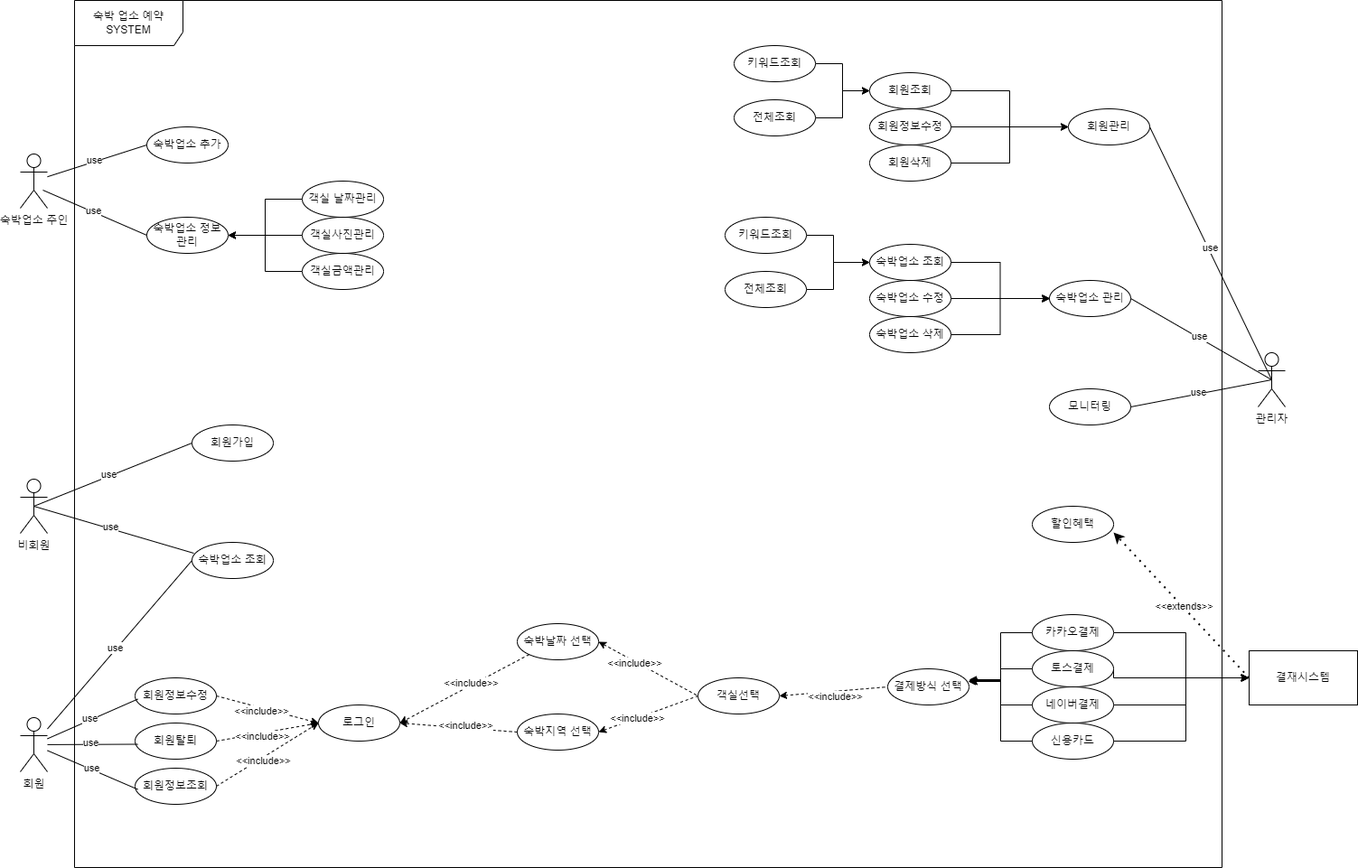
This is 01조/1조.png from EM-ORG-2023-12-27/99_CONFIRM_DATA, a draw.io export, as it was before one commit. Source tidied: cells renumbered, new cells last; positions are measured from the earlier drawing's top-left corner, leaving out a move shared by most shapes.
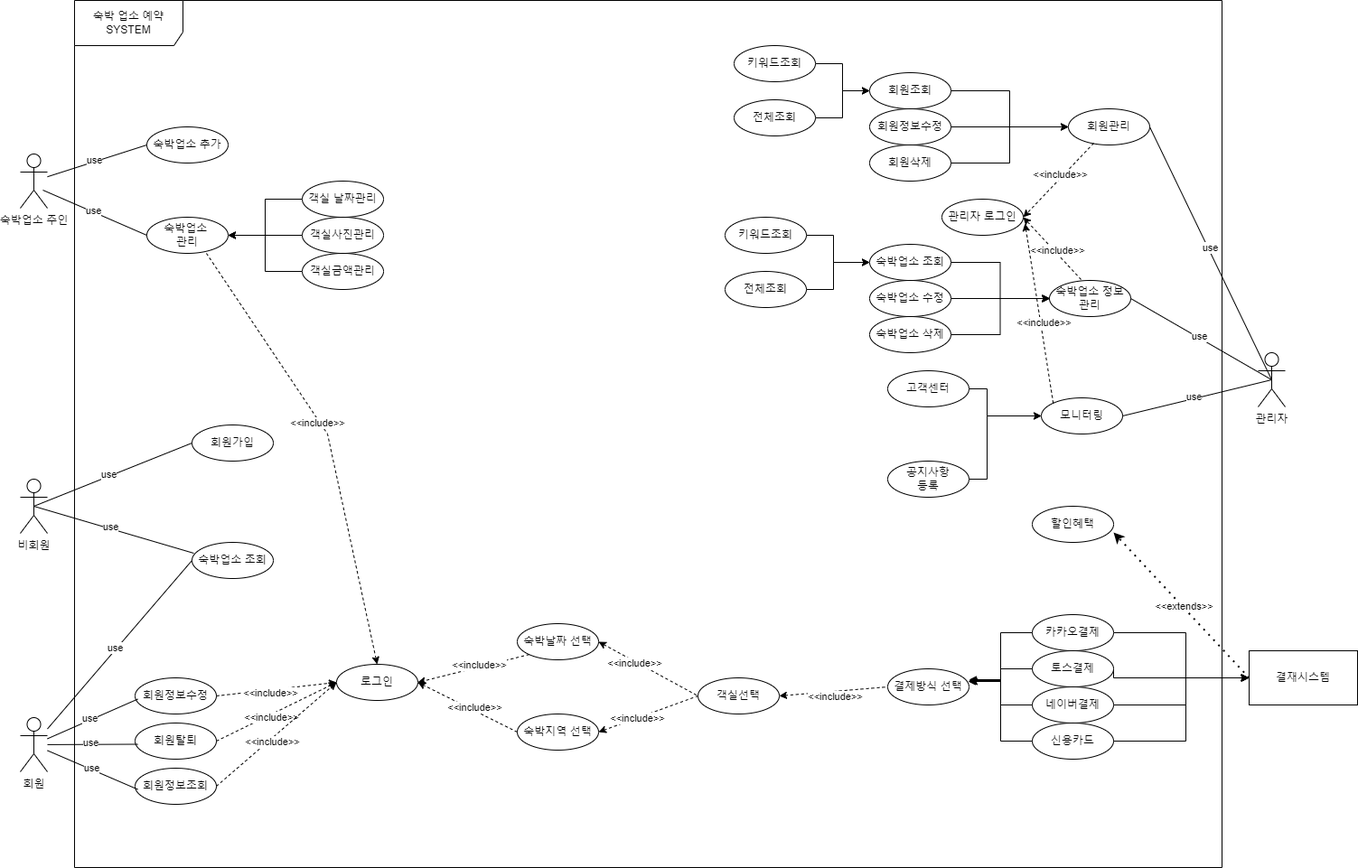
The same diagram one commit later.

Change to the diagram source:
```diff
@@ -57,7 +57,7 @@
       <mxGeometry x="60" width="1270" height="960" as="geometry" />
     </mxCell>
     <mxCell id="18" value="로그인" style="ellipse;whiteSpace=wrap;html=1;" parent="1" vertex="1">
-      <mxGeometry x="330" y="780" width="90" height="40" as="geometry" />
+      <mxGeometry x="350" y="735" width="90" height="40" as="geometry" />
     </mxCell>
     <mxCell id="19" style="endArrow=classic;html=1;rounded=0;dashed=1;endFill=1;entryX=0;entryY=0.5;entryDx=0;entryDy=0;exitX=1;exitY=0.5;exitDx=0;exitDy=0;" parent="1" edge="1" source="6" target="18">
       <mxGeometry relative="1" as="geometry" />
@@ -221,11 +221,11 @@
     <mxCell id="60" value="회원관리" style="ellipse;whiteSpace=wrap;html=1;" parent="1" vertex="1">
       <mxGeometry x="1160" y="120" width="90" height="40" as="geometry" />
     </mxCell>
-    <mxCell id="61" value="숙박업소 관리" style="ellipse;whiteSpace=wrap;html=1;" parent="1" vertex="1">
+    <mxCell id="61" value="숙박업소 정보 관리" style="ellipse;whiteSpace=wrap;html=1;" parent="1" vertex="1">
       <mxGeometry x="1139" y="310" width="90" height="40" as="geometry" />
     </mxCell>
     <mxCell id="62" value="모니터링" style="ellipse;whiteSpace=wrap;html=1;" parent="1" vertex="1">
-      <mxGeometry x="1139" y="430" width="90" height="40" as="geometry" />
+      <mxGeometry x="1130" y="440" width="90" height="40" as="geometry" />
     </mxCell>
     <mxCell id="63" style="edgeStyle=orthogonalEdgeStyle;rounded=0;jettySize=auto;html=1;exitX=1;exitY=0.5;exitDx=0;exitDy=0;entryX=0;entryY=0.5;entryDx=0;entryDy=0;" parent="1" edge="1" source="64" target="60">
       <mxGeometry relative="1" as="geometry">
@@ -280,7 +280,7 @@
     <mxCell id="76" value="숙박업소 추가" style="ellipse;whiteSpace=wrap;html=1;" parent="1" vertex="1">
       <mxGeometry x="140" y="140" width="90" height="40" as="geometry" />
     </mxCell>
-    <mxCell id="77" value="숙박업소 정보&lt;br&gt;관리" style="ellipse;whiteSpace=wrap;html=1;" parent="1" vertex="1">
+    <mxCell id="77" value="숙박업소&amp;nbsp;&lt;br&gt;관리" style="ellipse;whiteSpace=wrap;html=1;" parent="1" vertex="1">
       <mxGeometry x="140" y="240" width="90" height="40" as="geometry" />
     </mxCell>
     <mxCell id="78" style="endArrow=none;html=1;rounded=0;entryX=0;entryY=0.5;entryDx=0;entryDy=0;" parent="1" edge="1" source="75" target="76">
@@ -374,5 +374,59 @@
     <mxCell id="101" value="전체조회" style="ellipse;whiteSpace=wrap;html=1;" parent="1" vertex="1">
       <mxGeometry x="780" y="300" width="90" height="40" as="geometry" />
     </mxCell>
+    <mxCell id="102" style="endArrow=classic;html=1;rounded=0;dashed=1;endFill=1;entryX=0.5;entryY=0;entryDx=0;entryDy=0;exitX=0.733;exitY=1;exitDx=0;exitDy=0;exitPerimeter=0;" parent="1" edge="1" source="77" target="18">
+      <mxGeometry relative="1" as="geometry">
+        <Array as="points">
+          <mxPoint x="340" y="480" />
+        </Array>
+      </mxGeometry>
+    </mxCell>
+    <mxCell id="103" value="&amp;lt;&amp;lt;include&amp;gt;&amp;gt;" style="edgeLabel;html=1;align=center;verticalAlign=middle;" parent="102" vertex="1">
+      <mxGeometry x="-0.11" y="-3" relative="1" as="geometry" />
+    </mxCell>
+    <mxCell id="104" value="관리자 로그인" style="ellipse;whiteSpace=wrap;html=1;" parent="1" vertex="1">
+      <mxGeometry x="1020" y="220" width="90" height="40" as="geometry" />
+    </mxCell>
+    <mxCell id="105" style="endArrow=classic;html=1;rounded=0;dashed=1;endFill=1;entryX=1;entryY=0.5;entryDx=0;entryDy=0;exitX=0.311;exitY=0.95;exitDx=0;exitDy=0;exitPerimeter=0;" parent="1" edge="1" source="60" target="104">
+      <mxGeometry relative="1" as="geometry" />
+    </mxCell>
+    <mxCell id="106" value="&amp;lt;&amp;lt;include&amp;gt;&amp;gt;" style="edgeLabel;html=1;align=center;verticalAlign=middle;" parent="105" vertex="1">
+      <mxGeometry x="-0.11" y="-3" relative="1" as="geometry" />
+    </mxCell>
+    <mxCell id="107" style="endArrow=classic;html=1;rounded=0;dashed=1;endFill=1;entryX=1;entryY=0.5;entryDx=0;entryDy=0;exitX=0.389;exitY=-0.025;exitDx=0;exitDy=0;exitPerimeter=0;" parent="1" edge="1" source="61" target="104">
+      <mxGeometry relative="1" as="geometry" />
+    </mxCell>
+    <mxCell id="108" value="&amp;lt;&amp;lt;include&amp;gt;&amp;gt;" style="edgeLabel;html=1;align=center;verticalAlign=middle;" parent="107" vertex="1">
+      <mxGeometry x="-0.11" y="-3" relative="1" as="geometry" />
+    </mxCell>
+    <mxCell id="109" style="endArrow=classic;html=1;rounded=0;dashed=1;endFill=1;entryX=1.022;entryY=0.675;entryDx=0;entryDy=0;exitX=0;exitY=0;exitDx=0;exitDy=0;entryPerimeter=0;" parent="1" edge="1" source="62" target="104">
+      <mxGeometry relative="1" as="geometry" />
+    </mxCell>
+    <mxCell id="110" value="&amp;lt;&amp;lt;include&amp;gt;&amp;gt;" style="edgeLabel;html=1;align=center;verticalAlign=middle;" parent="109" vertex="1">
+      <mxGeometry x="-0.11" y="-3" relative="1" as="geometry" />
+    </mxCell>
+    <mxCell id="111" style="edgeStyle=orthogonalEdgeStyle;rounded=0;jettySize=auto;html=1;exitX=1;exitY=0.5;exitDx=0;exitDy=0;" parent="1" edge="1" source="112" target="62">
+      <mxGeometry relative="1" as="geometry">
+        <Array as="points">
+          <mxPoint x="1070" y="430" />
+          <mxPoint x="1070" y="460" />
+        </Array>
+      </mxGeometry>
+    </mxCell>
+    <mxCell id="112" value="고객센터" style="ellipse;whiteSpace=wrap;html=1;" parent="1" vertex="1">
+      <mxGeometry x="960" y="410" width="90" height="40" as="geometry" />
+    </mxCell>
+    <mxCell id="113" style="edgeStyle=orthogonalEdgeStyle;rounded=0;jettySize=auto;html=1;exitX=1;exitY=0.5;exitDx=0;exitDy=0;" parent="1" edge="1" source="114">
+      <mxGeometry relative="1" as="geometry">
+        <mxPoint x="1130" y="460" as="targetPoint" />
+        <Array as="points">
+          <mxPoint x="1070" y="530" />
+          <mxPoint x="1070" y="460" />
+        </Array>
+      </mxGeometry>
+    </mxCell>
+    <mxCell id="114" value="공지사항&lt;br&gt;등록" style="ellipse;whiteSpace=wrap;html=1;" parent="1" vertex="1">
+      <mxGeometry x="960" y="510" width="90" height="40" as="geometry" />
+    </mxCell>
   </root>
 </mxGraphModel>
```
